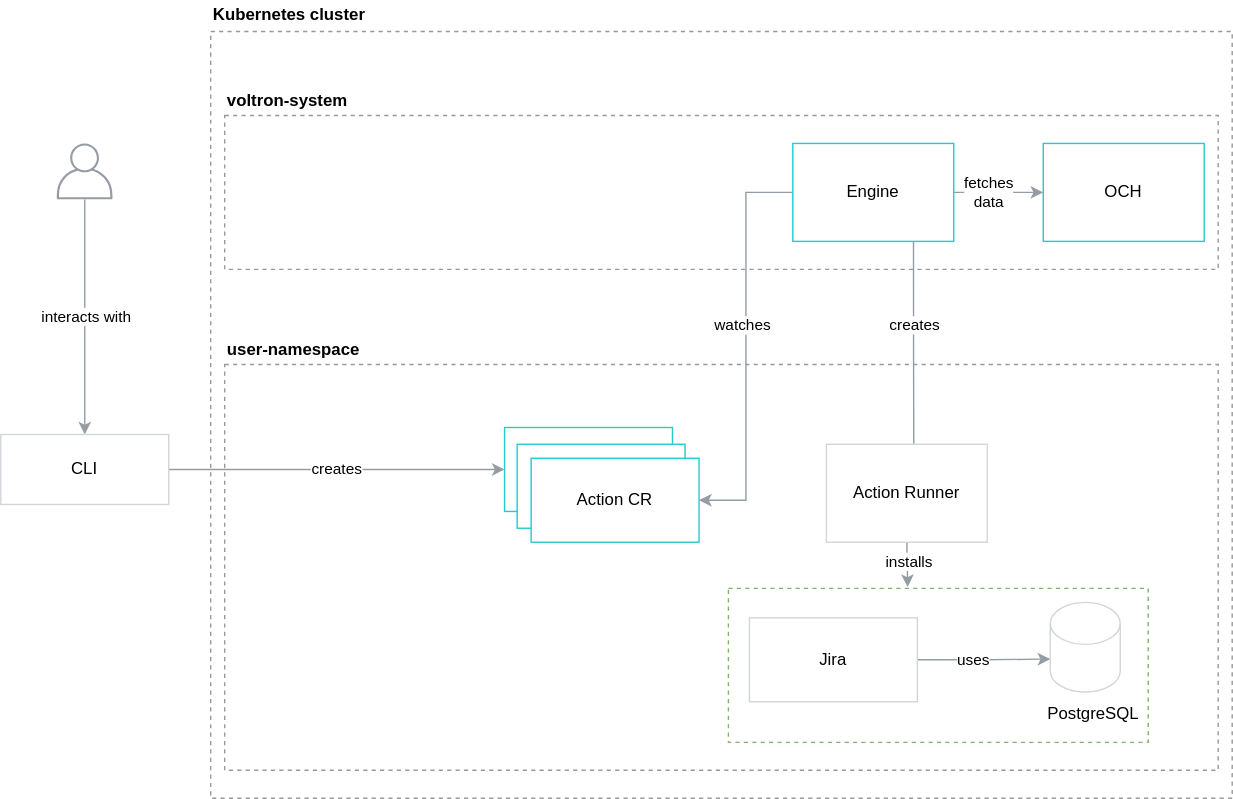
Earlier version of the draw.io export docs/tutorial/mattermost-installation/assets/install-in-cluster.svg (capactio/capact). Source tidied: cells renumbered, new cells last; positions are measured from the earlier drawing's top-left corner, leaving out a move shared by most shapes. Source of this version:
```xml
<mxGraphModel>
  <root>
    <mxCell id="0" />
    <mxCell id="1" parent="0" />
    <mxCell id="2" style="rounded=0;whiteSpace=wrap;html=1;dashed=1;fillColor=none;strokeColor=#999999;" parent="1" vertex="1">
      <mxGeometry x="150" y="22" width="730" height="548" as="geometry" />
    </mxCell>
    <mxCell id="3" style="rounded=0;whiteSpace=wrap;html=1;dashed=1;fillColor=none;strokeColor=#999999;" parent="1" vertex="1">
      <mxGeometry x="160" y="260" width="710" height="290" as="geometry" />
    </mxCell>
    <mxCell id="4" style="rounded=0;whiteSpace=wrap;html=1;dashed=1;fillColor=none;strokeColor=#999999;" parent="1" vertex="1">
      <mxGeometry x="160" y="82" width="710" height="110" as="geometry" />
    </mxCell>
    <mxCell id="5" style="endArrow=classic;html=1;exitX=1;exitY=0.5;exitDx=0;exitDy=0;entryX=0;entryY=0.5;entryDx=0;entryDy=0;strokeColor=#959CA4;" parent="1" edge="1">
      <mxGeometry relative="1" as="geometry">
        <mxPoint x="360" y="122" as="sourcePoint" />
        <mxPoint x="360" y="122" as="targetPoint" />
      </mxGeometry>
    </mxCell>
    <mxCell id="6" style="fontColor=#232F3E;gradientColor=none;strokeColor=none;dashed=0;verticalLabelPosition=bottom;verticalAlign=top;align=center;html=1;fontSize=12;fontStyle=0;shape=mxgraph.aws4.user;fillColor=#959CA4;" parent="1" vertex="1">
      <mxGeometry x="40" y="102" width="40" height="40" as="geometry" />
    </mxCell>
    <mxCell id="7" value="&lt;b&gt;Kubernetes cluster&lt;/b&gt;" style="text;html=1;strokeColor=none;fillColor=none;align=left;verticalAlign=middle;whiteSpace=wrap;rounded=0;" parent="1" vertex="1">
      <mxGeometry x="150" width="120" height="20" as="geometry" />
    </mxCell>
    <mxCell id="8" style="edgeStyle=orthogonalEdgeStyle;rounded=0;jettySize=auto;html=1;exitX=0;exitY=0.5;exitDx=0;exitDy=0;entryX=1;entryY=0.5;entryDx=0;entryDy=0;strokeColor=#959CA4;" parent="1" edge="1" source="14" target="19">
      <mxGeometry relative="1" as="geometry" />
    </mxCell>
    <mxCell id="9" value="watches" style="edgeLabel;html=1;align=center;verticalAlign=middle;" parent="8" vertex="1">
      <mxGeometry x="0.1" y="3" relative="1" as="geometry">
        <mxPoint x="-6" y="-30" as="offset" />
      </mxGeometry>
    </mxCell>
    <mxCell id="10" style="edgeStyle=orthogonalEdgeStyle;rounded=0;jettySize=auto;html=1;exitX=0.75;exitY=1;exitDx=0;exitDy=0;strokeColor=#959CA4;" parent="1" edge="1" source="14">
      <mxGeometry relative="1" as="geometry">
        <mxPoint x="652.5" y="339" as="targetPoint" />
      </mxGeometry>
    </mxCell>
    <mxCell id="11" value="creates" style="edgeLabel;html=1;align=center;verticalAlign=middle;" parent="10" vertex="1">
      <mxGeometry x="-0.19" y="4" relative="1" as="geometry">
        <mxPoint x="-4" y="-8" as="offset" />
      </mxGeometry>
    </mxCell>
    <mxCell id="12" style="edgeStyle=orthogonalEdgeStyle;rounded=0;jettySize=auto;html=1;strokeColor=#959CA4;" parent="1" edge="1" source="14" target="16">
      <mxGeometry relative="1" as="geometry" />
    </mxCell>
    <mxCell id="13" value="&lt;div&gt;fetches&lt;/div&gt;&lt;div&gt;data&lt;br&gt;&lt;/div&gt;" style="edgeLabel;html=1;align=center;verticalAlign=middle;" parent="12" vertex="1">
      <mxGeometry x="-0.25" y="1" relative="1" as="geometry" />
    </mxCell>
    <mxCell id="14" value="Engine" style="rounded=0;whiteSpace=wrap;html=1;strokeColor=#24CACC;" parent="1" vertex="1">
      <mxGeometry x="566" y="102" width="115" height="70" as="geometry" />
    </mxCell>
    <mxCell id="15" value="&lt;b&gt;voltron-system&lt;/b&gt;" style="text;html=1;strokeColor=none;fillColor=none;align=left;verticalAlign=middle;whiteSpace=wrap;rounded=0;" parent="1" vertex="1">
      <mxGeometry x="160" y="62" width="120" height="20" as="geometry" />
    </mxCell>
    <mxCell id="16" value="OCH" style="rounded=0;whiteSpace=wrap;html=1;strokeColor=#24CACC;" parent="1" vertex="1">
      <mxGeometry x="745" y="102" width="115" height="70" as="geometry" />
    </mxCell>
    <mxCell id="17" value="Action CR" style="rounded=0;whiteSpace=wrap;html=1;strokeColor=#24CACC;" parent="1" vertex="1">
      <mxGeometry x="360" y="305" width="120" height="60" as="geometry" />
    </mxCell>
    <mxCell id="18" value="Action CR" style="rounded=0;whiteSpace=wrap;html=1;strokeColor=#24CACC;" parent="1" vertex="1">
      <mxGeometry x="369" y="317" width="120" height="60" as="geometry" />
    </mxCell>
    <mxCell id="19" value="Action CR" style="rounded=0;whiteSpace=wrap;html=1;strokeColor=#24CACC;" parent="1" vertex="1">
      <mxGeometry x="379" y="327" width="120" height="60" as="geometry" />
    </mxCell>
    <mxCell id="20" style="edgeStyle=orthogonalEdgeStyle;rounded=0;jettySize=auto;html=1;exitX=0.5;exitY=1;exitDx=0;exitDy=0;entryX=0.427;entryY=-0.009;entryDx=0;entryDy=0;entryPerimeter=0;strokeColor=#959CA4;" parent="1" edge="1" source="22" target="25">
      <mxGeometry relative="1" as="geometry" />
    </mxCell>
    <mxCell id="21" value="installs" style="edgeLabel;html=1;align=center;verticalAlign=middle;" parent="20" vertex="1">
      <mxGeometry x="-0.15" y="1" relative="1" as="geometry" />
    </mxCell>
    <mxCell id="22" value="Action Runner" style="rounded=0;whiteSpace=wrap;html=1;strokeColor=#D2D5D9;" parent="1" vertex="1">
      <mxGeometry x="590" y="317" width="115" height="70" as="geometry" />
    </mxCell>
    <mxCell id="23" value="&lt;b&gt;user-namespace&lt;/b&gt;" style="text;html=1;strokeColor=none;fillColor=none;align=left;verticalAlign=middle;whiteSpace=wrap;rounded=0;" parent="1" vertex="1">
      <mxGeometry x="160" y="240" width="120" height="20" as="geometry" />
    </mxCell>
    <mxCell id="24" style="group;" parent="1" vertex="1">
      <mxGeometry x="520" y="420" width="301" height="110" as="geometry" />
    </mxCell>
    <mxCell id="25" style="rounded=0;whiteSpace=wrap;html=1;dashed=1;strokeColor=#82b366;fillColor=none;" parent="24" vertex="1">
      <mxGeometry width="300" height="110" as="geometry" />
    </mxCell>
    <mxCell id="26" style="shape=cylinder3;whiteSpace=wrap;html=1;boundedLbl=1;backgroundOutline=1;size=15;strokeColor=#D2D5D9;" parent="24" vertex="1">
      <mxGeometry x="230" y="10" width="50" height="64" as="geometry" />
    </mxCell>
    <mxCell id="27" value="&lt;div&gt;PostgreSQL&lt;br&gt;&lt;/div&gt;" style="text;html=1;strokeColor=none;fillColor=none;align=center;verticalAlign=middle;whiteSpace=wrap;rounded=0;fontStyle=0;" parent="24" vertex="1">
      <mxGeometry x="221" y="70" width="80" height="40" as="geometry" />
    </mxCell>
    <mxCell id="28" style="edgeStyle=orthogonalEdgeStyle;rounded=0;jettySize=auto;html=1;entryX=0;entryY=0;entryDx=0;entryDy=40.5;entryPerimeter=0;strokeColor=#959CA4;" parent="24" edge="1" source="30" target="26">
      <mxGeometry relative="1" as="geometry" />
    </mxCell>
    <mxCell id="29" value="uses" style="edgeLabel;html=1;align=center;verticalAlign=middle;" parent="28" vertex="1">
      <mxGeometry x="-0.18" y="1" relative="1" as="geometry" />
    </mxCell>
    <mxCell id="30" value="Jira" style="rounded=0;whiteSpace=wrap;html=1;strokeColor=#D2D5D9;" parent="24" vertex="1">
      <mxGeometry x="15" y="21" width="120" height="60" as="geometry" />
    </mxCell>
    <mxCell id="31" style="edgeStyle=orthogonalEdgeStyle;rounded=0;orthogonalLoop=1;jettySize=auto;html=1;entryX=0.25;entryY=0;entryDx=0;entryDy=0;strokeColor=#959CA4;" parent="1" edge="1">
      <mxGeometry relative="1" as="geometry">
        <mxPoint x="60" y="142" as="sourcePoint" />
        <mxPoint x="60" y="310" as="targetPoint" />
      </mxGeometry>
    </mxCell>
    <mxCell id="32" value="interacts with" style="edgeLabel;html=1;align=center;verticalAlign=middle;" parent="31" vertex="1">
      <mxGeometry relative="1" as="geometry" />
    </mxCell>
    <mxCell id="33" value="creates" style="edgeStyle=orthogonalEdgeStyle;rounded=0;jettySize=auto;html=1;entryX=0;entryY=0.5;entryDx=0;entryDy=0;strokeColor=#959CA4;" parent="1" edge="1" source="34" target="17">
      <mxGeometry relative="1" as="geometry" />
    </mxCell>
    <mxCell id="34" value="CLI" style="rounded=0;whiteSpace=wrap;html=1;strokeColor=#D2D5D9;" parent="1" vertex="1">
      <mxGeometry y="310" width="120" height="50" as="geometry" />
    </mxCell>
  </root>
</mxGraphModel>
```
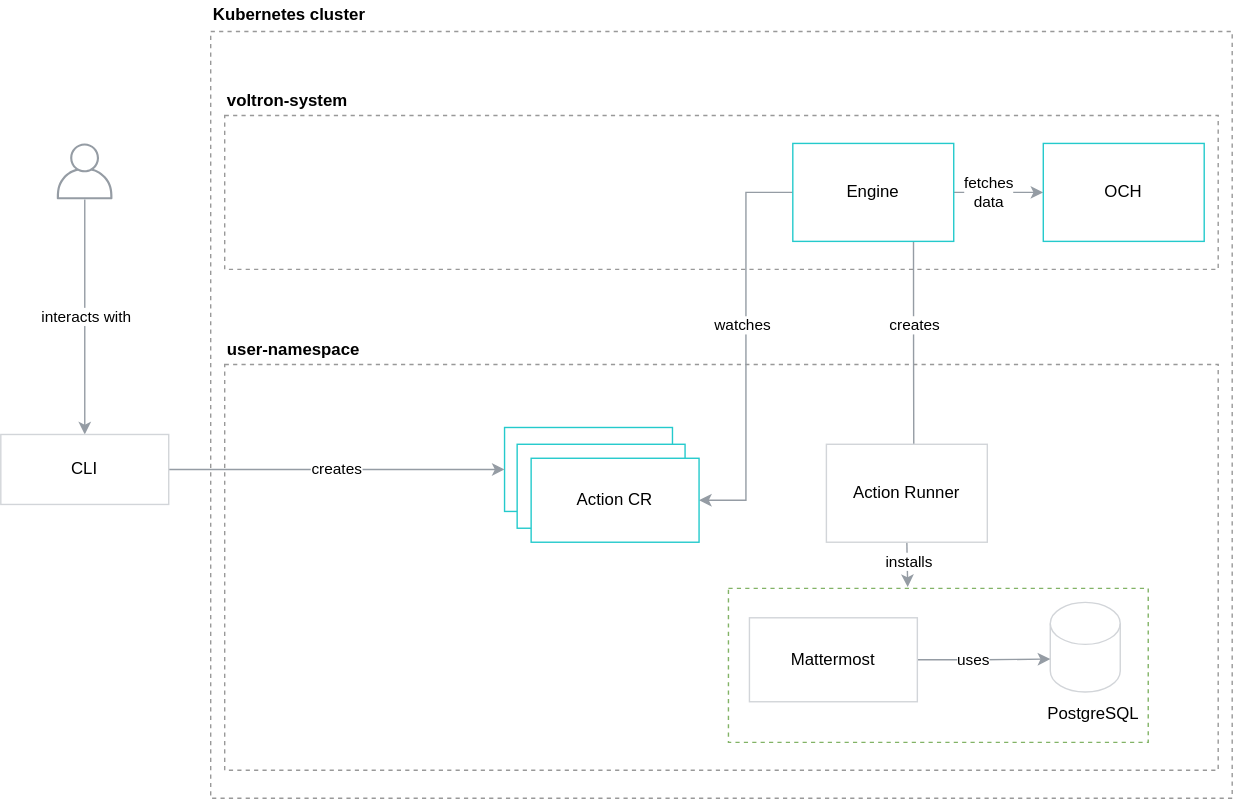
The same file after the commit.

What changed in the source:
```diff
@@ -95,7 +95,7 @@
     <mxCell id="29" value="uses" style="edgeLabel;html=1;align=center;verticalAlign=middle;" parent="28" vertex="1">
       <mxGeometry x="-0.18" y="1" relative="1" as="geometry" />
     </mxCell>
-    <mxCell id="30" value="Jira" style="rounded=0;whiteSpace=wrap;html=1;strokeColor=#D2D5D9;" parent="24" vertex="1">
+    <mxCell id="30" value="Mattermost" style="rounded=0;whiteSpace=wrap;html=1;strokeColor=#D2D5D9;" parent="24" vertex="1">
       <mxGeometry x="15" y="21" width="120" height="60" as="geometry" />
     </mxCell>
     <mxCell id="31" style="edgeStyle=orthogonalEdgeStyle;rounded=0;orthogonalLoop=1;jettySize=auto;html=1;entryX=0.25;entryY=0;entryDx=0;entryDy=0;strokeColor=#959CA4;" parent="1" edge="1">
```
